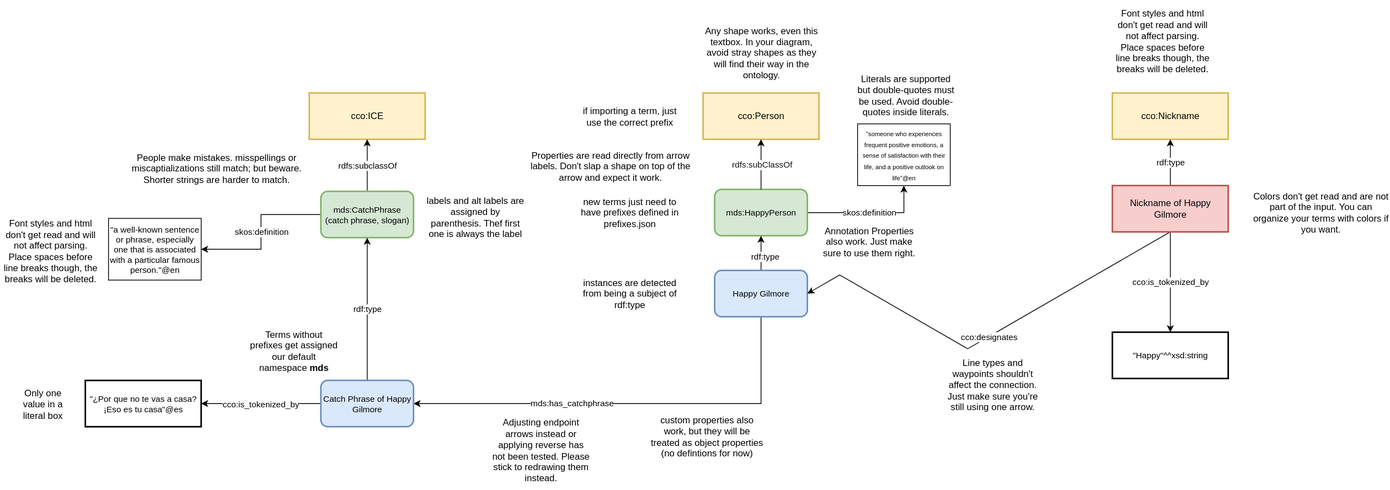
This is figures/happy-example-explainer.drawio.svg from Gabbyton/CEMENTO, a draw.io export, as it was before one commit. Source tidied: cells renumbered, new cells last; positions are measured from the earlier drawing's top-left corner, leaving out a move shared by most shapes. Source of this version:
```xml
<mxGraphModel background="#ffffff">
  <root>
    <mxCell id="0" />
    <mxCell id="1" parent="0" />
    <mxCell id="2" value="skos:definition" style="edgeStyle=orthogonalEdgeStyle;rounded=0;jettySize=auto;html=1;exitX=1;exitY=0.5;exitDx=0;exitDy=0;entryX=0.5;entryY=1;entryDx=0;entryDy=0;" parent="1" edge="1" source="3" target="14">
      <mxGeometry relative="1" as="geometry" />
    </mxCell>
    <mxCell id="3" value="&lt;span&gt;mds:HappyPerson&lt;/span&gt;" style="rounded=1;whiteSpace=wrap;html=1;align=center;verticalAlign=middle;fontFamily=Helvetica;fontSize=11;labelBackgroundColor=none;fillColor=#d5e8d4;strokeColor=#82b366;strokeWidth=2;enumerate=0;" parent="1" vertex="1">
      <mxGeometry x="925" y="245" width="120" height="60" as="geometry" />
    </mxCell>
    <mxCell id="4" value="&lt;span style=&quot;font-size: 12px;&quot;&gt;cco:Person&lt;/span&gt;" style="rounded=1;whiteSpace=wrap;html=1;align=center;verticalAlign=middle;fontFamily=Helvetica;fontSize=11;labelBackgroundColor=none;fillColor=#fff2cc;strokeColor=#d6b656;strokeWidth=2;arcSize=0;enumerate=0;" parent="1" vertex="1">
      <mxGeometry x="910" y="120" width="150" height="60" as="geometry" />
    </mxCell>
    <mxCell id="5" style="endArrow=classic;html=1;rounded=0;strokeColor=#000000;fontFamily=Helvetica;fontSize=11;fontColor=#111111;labelBackgroundColor=#FFFFFF;entryX=0.5;entryY=1;entryDx=0;entryDy=0;exitX=0.5;exitY=0;exitDx=0;exitDy=0;enumerate=0;" parent="1" edge="1" source="3" target="4">
      <mxGeometry relative="1" as="geometry" />
    </mxCell>
    <mxCell id="6" value="rdfs:subClassOf" style="edgeLabel;align=center;verticalAlign=middle;html=1;labelBackgroundColor=#FFFFFF;fontColor=#111111;fontFamily=Helvetica;fontSize=11;fillColor=none;gradientColor=none;" parent="5" vertex="1">
      <mxGeometry relative="1" as="geometry" />
    </mxCell>
    <mxCell id="7" value="if importing a term, just use the correct prefix" style="text;html=1;align=center;verticalAlign=middle;whiteSpace=wrap;rounded=0;" parent="1" vertex="1">
      <mxGeometry x="750" y="117.5" width="130" height="65" as="geometry" />
    </mxCell>
    <mxCell id="8" value="Properties are read directly from arrow labels. Don't slap a shape on top of the arrow and expect it work." style="text;html=1;align=center;verticalAlign=middle;whiteSpace=wrap;rounded=0;" parent="1" vertex="1">
      <mxGeometry x="670" y="200" width="240" height="30" as="geometry" />
    </mxCell>
    <mxCell id="9" style="edgeStyle=orthogonalEdgeStyle;rounded=0;jettySize=auto;html=1;" parent="1" edge="1" source="13" target="3">
      <mxGeometry relative="1" as="geometry" />
    </mxCell>
    <mxCell id="10" value="rdf:type" style="edgeLabel;html=1;align=center;verticalAlign=middle;" parent="9" vertex="1">
      <mxGeometry x="-0.14" y="-4" relative="1" as="geometry" />
    </mxCell>
    <mxCell id="11" style="edgeStyle=orthogonalEdgeStyle;rounded=0;jettySize=auto;html=1;exitX=0.5;exitY=1;exitDx=0;exitDy=0;entryX=1;entryY=0.5;entryDx=0;entryDy=0;" parent="1" edge="1" source="13" target="38">
      <mxGeometry relative="1" as="geometry" />
    </mxCell>
    <mxCell id="12" value="mds:has_catchphrase" style="edgeLabel;html=1;align=center;verticalAlign=middle;" parent="11" vertex="1">
      <mxGeometry x="0.27" y="-1" relative="1" as="geometry" />
    </mxCell>
    <mxCell id="13" value="&lt;span&gt;Happy Gilmore&lt;/span&gt;" style="rounded=1;whiteSpace=wrap;html=1;align=center;verticalAlign=middle;fontFamily=Helvetica;fontSize=11;labelBackgroundColor=none;fillColor=#dae8fc;strokeColor=#6c8ebf;strokeWidth=2;enumerate=0;" parent="1" vertex="1">
      <mxGeometry x="925" y="350" width="120" height="60" as="geometry" />
    </mxCell>
    <mxCell id="14" value="&lt;font style=&quot;font-size: 8px;&quot;&gt;&quot;&lt;font style=&quot;font-size: 8px;&quot;&gt;someone who experiences frequent positive emotions, a sense of satisfaction with their life, and a positive outlook on life&lt;/font&gt;&quot;@en&lt;/font&gt;" style="rounded=0;whiteSpace=wrap;html=1;" parent="1" vertex="1">
      <mxGeometry x="1110" y="160" width="120" height="80" as="geometry" />
    </mxCell>
    <mxCell id="15" value="Literals are supported but double-quotes must be used. Avoid double-quotes inside literals." style="text;html=1;align=center;verticalAlign=middle;whiteSpace=wrap;rounded=0;" parent="1" vertex="1">
      <mxGeometry x="1105" y="90" width="135" height="65" as="geometry" />
    </mxCell>
    <mxCell id="16" value="new terms just need to have prefixes defined in prefixes.json" style="text;html=1;align=center;verticalAlign=middle;whiteSpace=wrap;rounded=0;" parent="1" vertex="1">
      <mxGeometry x="750" y="260" width="130" height="30" as="geometry" />
    </mxCell>
    <mxCell id="17" value="instances are detected from being a subject of rdf:type" style="text;html=1;align=center;verticalAlign=middle;whiteSpace=wrap;rounded=0;" parent="1" vertex="1">
      <mxGeometry x="750" y="365" width="130" height="30" as="geometry" />
    </mxCell>
    <mxCell id="18" value="Any shape works, even this textbox. In your diagram, avoid stray shapes as they will find their way in the ontology." style="text;html=1;align=center;verticalAlign=middle;whiteSpace=wrap;rounded=0;" parent="1" vertex="1">
      <mxGeometry x="907.5" y="30" width="155" height="75" as="geometry" />
    </mxCell>
    <mxCell id="19" value="Annotation Properties also work. Just make sure to use them right." style="text;html=1;align=center;verticalAlign=middle;whiteSpace=wrap;rounded=0;" parent="1" vertex="1">
      <mxGeometry x="1060" y="280" width="130" height="65" as="geometry" />
    </mxCell>
    <mxCell id="20" value="Font styles and html don't get read and will not affect parsing. Place spaces before line breaks though, the breaks will be deleted." style="text;html=1;align=center;verticalAlign=middle;whiteSpace=wrap;rounded=0;" parent="1" vertex="1">
      <mxGeometry y="272.5" width="130" height="105" as="geometry" />
    </mxCell>
    <mxCell id="21" value="&lt;span style=&quot;font-size: 12px;&quot;&gt;cco:Nickname&lt;/span&gt;" style="rounded=1;whiteSpace=wrap;html=1;align=center;verticalAlign=middle;fontFamily=Helvetica;fontSize=11;labelBackgroundColor=none;fillColor=#fff2cc;strokeColor=#d6b656;strokeWidth=2;arcSize=0;enumerate=0;" parent="1" vertex="1">
      <mxGeometry x="1440" y="120" width="150" height="60" as="geometry" />
    </mxCell>
    <mxCell id="22" value="rdf:type" style="edgeStyle=orthogonalEdgeStyle;rounded=0;jettySize=auto;html=1;" parent="1" edge="1" source="25" target="21">
      <mxGeometry relative="1" as="geometry" />
    </mxCell>
    <mxCell id="23" value="cco:designates" style="edgeStyle=isometricEdgeStyle;rounded=0;jettySize=auto;html=1;exitX=0.5;exitY=1;exitDx=0;exitDy=0;entryX=1;entryY=0.5;entryDx=0;entryDy=0;" parent="1" edge="1" source="25" target="13">
      <mxGeometry relative="1" as="geometry">
        <Array as="points">
          <mxPoint x="1250" y="450" />
        </Array>
      </mxGeometry>
    </mxCell>
    <mxCell id="24" value="cco:is_tokenized_by" style="edgeStyle=orthogonalEdgeStyle;rounded=0;jettySize=auto;html=1;exitX=0.5;exitY=1;exitDx=0;exitDy=0;entryX=0.5;entryY=0;entryDx=0;entryDy=0;" parent="1" edge="1" source="25" target="27">
      <mxGeometry relative="1" as="geometry" />
    </mxCell>
    <mxCell id="25" value="&lt;span style=&quot;font-size: 12px;&quot;&gt;Nickname of Happy Gilmore&lt;/span&gt;" style="rounded=1;whiteSpace=wrap;html=1;align=center;verticalAlign=middle;fontFamily=Helvetica;fontSize=11;labelBackgroundColor=none;fillColor=#f8cecc;strokeColor=#b85450;strokeWidth=2;arcSize=0;enumerate=0;" parent="1" vertex="1">
      <mxGeometry x="1440" y="240" width="150" height="60" as="geometry" />
    </mxCell>
    <mxCell id="26" value="Font styles and html don't get read and will not affect parsing. Place spaces before line breaks though, the breaks will be deleted." style="text;html=1;align=center;verticalAlign=middle;whiteSpace=wrap;rounded=0;" parent="1" vertex="1">
      <mxGeometry x="1440" width="130" height="105" as="geometry" />
    </mxCell>
    <mxCell id="27" value="&quot;Happy&quot;^^xsd:string" style="rounded=1;whiteSpace=wrap;html=1;align=center;verticalAlign=middle;fontFamily=Helvetica;fontSize=11;labelBackgroundColor=none;strokeWidth=2;arcSize=0;enumerate=0;" parent="1" vertex="1">
      <mxGeometry x="1440" y="430" width="150" height="60" as="geometry" />
    </mxCell>
    <mxCell id="28" value="Line types and waypoints shouldn't affect the connection. Just make sure you're still using one arrow." style="text;html=1;align=center;verticalAlign=middle;whiteSpace=wrap;rounded=0;" parent="1" vertex="1">
      <mxGeometry x="1220" y="445" width="130" height="105" as="geometry" />
    </mxCell>
    <mxCell id="29" value="&lt;span style=&quot;font-size: 12px;&quot;&gt;cco:ICE&lt;/span&gt;" style="rounded=1;whiteSpace=wrap;html=1;align=center;verticalAlign=middle;fontFamily=Helvetica;fontSize=11;labelBackgroundColor=none;fillColor=#fff2cc;strokeColor=#d6b656;strokeWidth=2;arcSize=0;enumerate=0;" parent="1" vertex="1">
      <mxGeometry x="400" y="120" width="150" height="60" as="geometry" />
    </mxCell>
    <mxCell id="30" value="Adjusting endpoint arrows instead or applying reverse has not been tested. Please stick to redrawing them instead." style="text;html=1;align=center;verticalAlign=middle;whiteSpace=wrap;rounded=0;" parent="1" vertex="1">
      <mxGeometry x="635" y="530" width="130" height="105" as="geometry" />
    </mxCell>
    <mxCell id="31" value="rdfs:subclassOf" style="edgeStyle=orthogonalEdgeStyle;rounded=0;jettySize=auto;html=1;" parent="1" edge="1" source="33" target="29">
      <mxGeometry relative="1" as="geometry" />
    </mxCell>
    <mxCell id="32" value="skos:definition" style="edgeStyle=orthogonalEdgeStyle;rounded=0;jettySize=auto;html=1;exitX=0;exitY=0.5;exitDx=0;exitDy=0;entryX=1;entryY=0.5;entryDx=0;entryDy=0;" parent="1" edge="1" source="33" target="34">
      <mxGeometry relative="1" as="geometry" />
    </mxCell>
    <mxCell id="33" value="&lt;span&gt;mds:CatchPhrase (catch phrase, slogan)&lt;/span&gt;" style="rounded=1;whiteSpace=wrap;html=1;align=center;verticalAlign=middle;fontFamily=Helvetica;fontSize=11;labelBackgroundColor=none;fillColor=#d5e8d4;strokeColor=#82b366;strokeWidth=2;enumerate=0;" parent="1" vertex="1">
      <mxGeometry x="415" y="247.5" width="120" height="60" as="geometry" />
    </mxCell>
    <mxCell id="34" value="&lt;span&gt;&quot;a well-known sentence or phrase, especially one that is associated with a particular famous person.&quot;@en&lt;/span&gt;" style="rounded=0;whiteSpace=wrap;html=1;fontSize=11;" parent="1" vertex="1">
      <mxGeometry x="140" y="282.5" width="120" height="80" as="geometry" />
    </mxCell>
    <mxCell id="35" value="People make mistakes. misspellings or miscaptializations still match; but beware. Shorter strings are harder to match." style="text;html=1;align=center;verticalAlign=middle;whiteSpace=wrap;rounded=0;" parent="1" vertex="1">
      <mxGeometry x="150" y="187.5" width="260" height="60" as="geometry" />
    </mxCell>
    <mxCell id="36" value="cco:is_tokenized_by" style="edgeStyle=orthogonalEdgeStyle;rounded=0;jettySize=auto;html=1;" parent="1" edge="1" source="38" target="40">
      <mxGeometry relative="1" as="geometry" />
    </mxCell>
    <mxCell id="37" value="rdf:type" style="edgeStyle=orthogonalEdgeStyle;rounded=0;jettySize=auto;html=1;exitX=0.5;exitY=0;exitDx=0;exitDy=0;entryX=0.5;entryY=1;entryDx=0;entryDy=0;" parent="1" edge="1" source="38" target="33">
      <mxGeometry relative="1" as="geometry" />
    </mxCell>
    <mxCell id="38" value="&lt;span&gt;Catch Phrase of Happy Gilmore&lt;/span&gt;" style="rounded=1;whiteSpace=wrap;html=1;align=center;verticalAlign=middle;fontFamily=Helvetica;fontSize=11;labelBackgroundColor=none;fillColor=#dae8fc;strokeColor=#6c8ebf;strokeWidth=2;enumerate=0;" parent="1" vertex="1">
      <mxGeometry x="415" y="492.5" width="120" height="60" as="geometry" />
    </mxCell>
    <mxCell id="39" value="Colors don't get read and are not part of the input. You can organize your terms with colors if you want." style="text;html=1;align=center;verticalAlign=middle;whiteSpace=wrap;rounded=0;" parent="1" vertex="1">
      <mxGeometry x="1620" y="232.5" width="180" height="85" as="geometry" />
    </mxCell>
    <mxCell id="40" value="&quot;¿Por que no te vas a casa? ¡Eso es tu casa&quot;@es" style="rounded=1;whiteSpace=wrap;html=1;align=center;verticalAlign=middle;fontFamily=Helvetica;fontSize=11;labelBackgroundColor=none;strokeWidth=2;arcSize=0;enumerate=0;" parent="1" vertex="1">
      <mxGeometry x="110" y="492.5" width="150" height="60" as="geometry" />
    </mxCell>
    <mxCell id="41" value="custom properties also work, but they will be treated as object properties (no defintions for now)" style="text;html=1;align=center;verticalAlign=middle;whiteSpace=wrap;rounded=0;" parent="1" vertex="1">
      <mxGeometry x="840" y="530" width="150" height="70" as="geometry" />
    </mxCell>
    <mxCell id="42" value="Only one value in a literal box" style="text;html=1;align=center;verticalAlign=middle;whiteSpace=wrap;rounded=0;" parent="1" vertex="1">
      <mxGeometry x="20" y="506.2" width="70" height="32.5" as="geometry" />
    </mxCell>
    <mxCell id="43" value="Terms without prefixes get assigned our default namespace &lt;b&gt;mds&lt;/b&gt;" style="text;html=1;align=center;verticalAlign=middle;whiteSpace=wrap;rounded=0;" parent="1" vertex="1">
      <mxGeometry x="320" y="405.6" width="120" height="96.9" as="geometry" />
    </mxCell>
    <mxCell id="44" value="labels and alt labels are assigned by parenthesis. Thef first one is always the label" style="text;html=1;align=center;verticalAlign=middle;whiteSpace=wrap;rounded=0;" parent="1" vertex="1">
      <mxGeometry x="550" y="247.5" width="130" height="67.5" as="geometry" />
    </mxCell>
  </root>
</mxGraphModel>
```
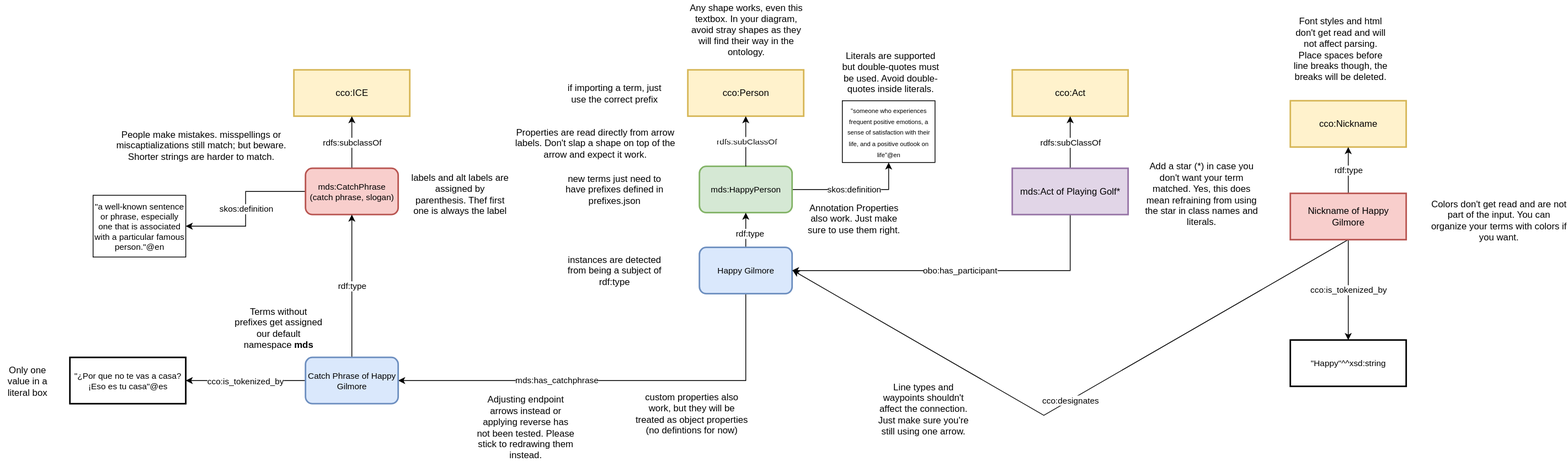
After the change.

The edit, as a diff of the source:
```diff
@@ -56,11 +56,8 @@
     <mxCell id="19" value="Annotation Properties also work. Just make sure to use them right." style="text;html=1;align=center;verticalAlign=middle;whiteSpace=wrap;rounded=0;" parent="1" vertex="1">
       <mxGeometry x="1060" y="280" width="130" height="65" as="geometry" />
     </mxCell>
-    <mxCell id="20" value="Font styles and html don't get read and will not affect parsing. Place spaces before line breaks though, the breaks will be deleted." style="text;html=1;align=center;verticalAlign=middle;whiteSpace=wrap;rounded=0;" parent="1" vertex="1">
-      <mxGeometry y="272.5" width="130" height="105" as="geometry" />
-    </mxCell>
     <mxCell id="21" value="&lt;span style=&quot;font-size: 12px;&quot;&gt;cco:Nickname&lt;/span&gt;" style="rounded=1;whiteSpace=wrap;html=1;align=center;verticalAlign=middle;fontFamily=Helvetica;fontSize=11;labelBackgroundColor=none;fillColor=#fff2cc;strokeColor=#d6b656;strokeWidth=2;arcSize=0;enumerate=0;" parent="1" vertex="1">
-      <mxGeometry x="1440" y="120" width="150" height="60" as="geometry" />
+      <mxGeometry x="1690" y="160" width="150" height="60" as="geometry" />
     </mxCell>
     <mxCell id="22" value="rdf:type" style="edgeStyle=orthogonalEdgeStyle;rounded=0;jettySize=auto;html=1;" parent="1" edge="1" source="25" target="21">
       <mxGeometry relative="1" as="geometry" />
@@ -68,6 +65,7 @@
     <mxCell id="23" value="cco:designates" style="edgeStyle=isometricEdgeStyle;rounded=0;jettySize=auto;html=1;exitX=0.5;exitY=1;exitDx=0;exitDy=0;entryX=1;entryY=0.5;entryDx=0;entryDy=0;" parent="1" edge="1" source="25" target="13">
       <mxGeometry relative="1" as="geometry">
         <Array as="points">
+          <mxPoint x="1150" y="440" />
           <mxPoint x="1250" y="450" />
         </Array>
       </mxGeometry>
@@ -76,16 +74,16 @@
       <mxGeometry relative="1" as="geometry" />
     </mxCell>
     <mxCell id="25" value="&lt;span style=&quot;font-size: 12px;&quot;&gt;Nickname of Happy Gilmore&lt;/span&gt;" style="rounded=1;whiteSpace=wrap;html=1;align=center;verticalAlign=middle;fontFamily=Helvetica;fontSize=11;labelBackgroundColor=none;fillColor=#f8cecc;strokeColor=#b85450;strokeWidth=2;arcSize=0;enumerate=0;" parent="1" vertex="1">
-      <mxGeometry x="1440" y="240" width="150" height="60" as="geometry" />
+      <mxGeometry x="1690" y="280" width="150" height="60" as="geometry" />
     </mxCell>
     <mxCell id="26" value="Font styles and html don't get read and will not affect parsing. Place spaces before line breaks though, the breaks will be deleted." style="text;html=1;align=center;verticalAlign=middle;whiteSpace=wrap;rounded=0;" parent="1" vertex="1">
-      <mxGeometry x="1440" width="130" height="105" as="geometry" />
+      <mxGeometry x="1690" y="40" width="130" height="105" as="geometry" />
     </mxCell>
     <mxCell id="27" value="&quot;Happy&quot;^^xsd:string" style="rounded=1;whiteSpace=wrap;html=1;align=center;verticalAlign=middle;fontFamily=Helvetica;fontSize=11;labelBackgroundColor=none;strokeWidth=2;arcSize=0;enumerate=0;" parent="1" vertex="1">
-      <mxGeometry x="1440" y="430" width="150" height="60" as="geometry" />
+      <mxGeometry x="1690" y="470" width="150" height="60" as="geometry" />
     </mxCell>
     <mxCell id="28" value="Line types and waypoints shouldn't affect the connection. Just make sure you're still using one arrow." style="text;html=1;align=center;verticalAlign=middle;whiteSpace=wrap;rounded=0;" parent="1" vertex="1">
-      <mxGeometry x="1220" y="445" width="130" height="105" as="geometry" />
+      <mxGeometry x="1150" y="506.2" width="130" height="105" as="geometry" />
     </mxCell>
     <mxCell id="29" value="&lt;span style=&quot;font-size: 12px;&quot;&gt;cco:ICE&lt;/span&gt;" style="rounded=1;whiteSpace=wrap;html=1;align=center;verticalAlign=middle;fontFamily=Helvetica;fontSize=11;labelBackgroundColor=none;fillColor=#fff2cc;strokeColor=#d6b656;strokeWidth=2;arcSize=0;enumerate=0;" parent="1" vertex="1">
       <mxGeometry x="400" y="120" width="150" height="60" as="geometry" />
@@ -99,7 +97,7 @@
     <mxCell id="32" value="skos:definition" style="edgeStyle=orthogonalEdgeStyle;rounded=0;jettySize=auto;html=1;exitX=0;exitY=0.5;exitDx=0;exitDy=0;entryX=1;entryY=0.5;entryDx=0;entryDy=0;" parent="1" edge="1" source="33" target="34">
       <mxGeometry relative="1" as="geometry" />
     </mxCell>
-    <mxCell id="33" value="&lt;span&gt;mds:CatchPhrase (catch phrase, slogan)&lt;/span&gt;" style="rounded=1;whiteSpace=wrap;html=1;align=center;verticalAlign=middle;fontFamily=Helvetica;fontSize=11;labelBackgroundColor=none;fillColor=#d5e8d4;strokeColor=#82b366;strokeWidth=2;enumerate=0;" parent="1" vertex="1">
+    <mxCell id="33" value="&lt;span&gt;mds:CatchPhrase (catch phrase, slogan)&lt;/span&gt;" style="rounded=1;whiteSpace=wrap;html=1;align=center;verticalAlign=middle;fontFamily=Helvetica;fontSize=11;labelBackgroundColor=none;fillColor=#f8cecc;strokeColor=#b85450;strokeWidth=2;enumerate=0;" parent="1" vertex="1">
       <mxGeometry x="415" y="247.5" width="120" height="60" as="geometry" />
     </mxCell>
     <mxCell id="34" value="&lt;span&gt;&quot;a well-known sentence or phrase, especially one that is associated with a particular famous person.&quot;@en&lt;/span&gt;" style="rounded=0;whiteSpace=wrap;html=1;fontSize=11;" parent="1" vertex="1">
@@ -118,7 +116,7 @@
       <mxGeometry x="415" y="492.5" width="120" height="60" as="geometry" />
     </mxCell>
     <mxCell id="39" value="Colors don't get read and are not part of the input. You can organize your terms with colors if you want." style="text;html=1;align=center;verticalAlign=middle;whiteSpace=wrap;rounded=0;" parent="1" vertex="1">
-      <mxGeometry x="1620" y="232.5" width="180" height="85" as="geometry" />
+      <mxGeometry x="1870" y="272.5" width="180" height="85" as="geometry" />
     </mxCell>
     <mxCell id="40" value="&quot;¿Por que no te vas a casa? ¡Eso es tu casa&quot;@es" style="rounded=1;whiteSpace=wrap;html=1;align=center;verticalAlign=middle;fontFamily=Helvetica;fontSize=11;labelBackgroundColor=none;strokeWidth=2;arcSize=0;enumerate=0;" parent="1" vertex="1">
       <mxGeometry x="110" y="492.5" width="150" height="60" as="geometry" />
@@ -135,5 +133,20 @@
     <mxCell id="44" value="labels and alt labels are assigned by parenthesis. Thef first one is always the label" style="text;html=1;align=center;verticalAlign=middle;whiteSpace=wrap;rounded=0;" parent="1" vertex="1">
       <mxGeometry x="550" y="247.5" width="130" height="67.5" as="geometry" />
     </mxCell>
+    <mxCell id="45" value="&lt;span style=&quot;font-size: 12px;&quot;&gt;cco:Act&lt;/span&gt;" style="rounded=1;whiteSpace=wrap;html=1;align=center;verticalAlign=middle;fontFamily=Helvetica;fontSize=11;labelBackgroundColor=none;fillColor=#fff2cc;strokeColor=#d6b656;strokeWidth=2;arcSize=0;enumerate=0;" parent="1" vertex="1">
+      <mxGeometry x="1330" y="120" width="150" height="60" as="geometry" />
+    </mxCell>
+    <mxCell id="46" value="obo:has_participant" style="edgeStyle=orthogonalEdgeStyle;rounded=0;jettySize=auto;html=1;exitX=0.5;exitY=1;exitDx=0;exitDy=0;entryX=1;entryY=0.5;entryDx=0;entryDy=0;" parent="1" edge="1" source="48" target="13">
+      <mxGeometry relative="1" as="geometry" />
+    </mxCell>
+    <mxCell id="47" value="rdfs:subClassOf" style="edgeStyle=orthogonalEdgeStyle;rounded=0;jettySize=auto;html=1;" parent="1" edge="1" source="48" target="45">
+      <mxGeometry relative="1" as="geometry" />
+    </mxCell>
+    <mxCell id="48" value="&lt;span style=&quot;font-size: 12px;&quot;&gt;mds:Act of Playing Golf*&lt;/span&gt;" style="rounded=1;whiteSpace=wrap;html=1;align=center;verticalAlign=middle;fontFamily=Helvetica;fontSize=11;labelBackgroundColor=none;fillColor=#e1d5e7;strokeColor=#9673a6;strokeWidth=2;arcSize=0;enumerate=0;" parent="1" vertex="1">
+      <mxGeometry x="1330" y="247.5" width="150" height="60" as="geometry" />
+    </mxCell>
+    <mxCell id="49" value="Add a star (*) in case you don't want your term matched. Yes, this does mean refraining from using the star in class names and literals." style="text;html=1;align=center;verticalAlign=middle;whiteSpace=wrap;rounded=0;" parent="1" vertex="1">
+      <mxGeometry x="1500" y="233.8" width="150" height="95" as="geometry" />
+    </mxCell>
   </root>
 </mxGraphModel>
```
